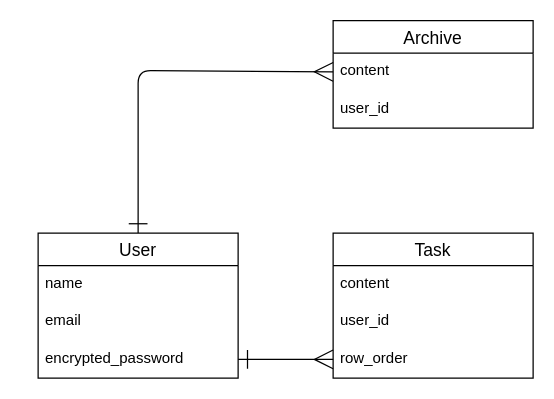
Above: ER.dio in ruu2023/jdi-app (draw.io), before the change. Source tidied: cells renumbered, new cells numbered last; positions are measured from the earlier drawing's top-left corner, leaving out a move shared by most shapes. Both pictures are drawn from the tidied source at 125%, with x=0, y=0 at pixel (38, 20).
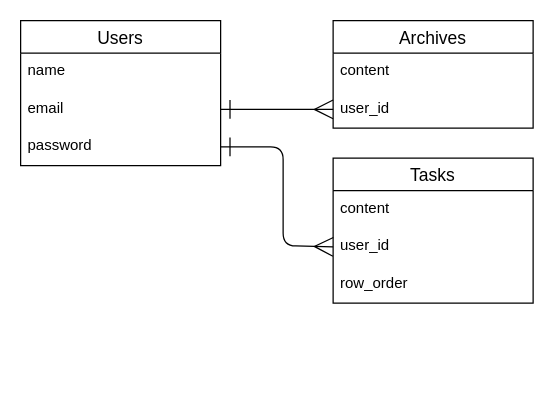
After the change.

The edit, as a diff of the source:
```diff
@@
 <mxGraphModel>
   <root>
     <mxCell id="0" />
     <mxCell id="1" parent="0" />
-    <mxCell id="2" style="edgeStyle=none;html=1;exitX=0.5;exitY=0;exitDx=0;exitDy=0;entryX=0;entryY=0.5;entryDx=0;entryDy=0;startArrow=ERone;startFill=0;endArrow=ERmany;endFill=0;startSize=13;endSize=13;" parent="1" edge="1" source="3" target="12">
+    <mxCell id="2" style="edgeStyle=none;html=1;exitX=1;exitY=0.5;exitDx=0;exitDy=0;entryX=0;entryY=0.5;entryDx=0;entryDy=0;startArrow=ERone;startFill=0;endArrow=ERmany;endFill=0;startSize=13;endSize=13;" parent="1" edge="1" source="5" target="13">
       <mxGeometry relative="1" as="geometry">
         <Array as="points">
-          <mxPoint x="80" y="40" />
+          <mxPoint x="206" y="71" />
         </Array>
       </mxGeometry>
     </mxCell>
-    <mxCell id="3" value="User" style="swimlane;fontStyle=0;horizontal=1;startSize=26;align=center;fontSize=14;" parent="1" vertex="1">
-      <mxGeometry y="170" width="160" height="116" as="geometry" />
+    <mxCell id="3" value="Users" style="swimlane;fontStyle=0;horizontal=1;startSize=26;align=center;fontSize=14;" parent="1" vertex="1">
+      <mxGeometry x="-14" width="160" height="116" as="geometry" />
     </mxCell>
     <mxCell id="4" value="name" style="text;strokeColor=none;fillColor=none;spacingLeft=4;spacingRight=4;overflow=hidden;fontSize=12;" parent="3" vertex="1">
       <mxGeometry y="26" width="160" height="30" as="geometry" />
     </mxCell>
     <mxCell id="5" value="email" style="text;strokeColor=none;fillColor=none;spacingLeft=4;spacingRight=4;overflow=hidden;points=[[0,0.5],[1,0.5]];portConstraint=eastwest;fontSize=12;" parent="3" vertex="1">
       <mxGeometry y="56" width="160" height="30" as="geometry" />
     </mxCell>
-    <mxCell id="6" value="encrypted_password" style="text;strokeColor=none;fillColor=none;spacingLeft=4;spacingRight=4;overflow=hidden;points=[[0,0.5],[1,0.5]];portConstraint=eastwest;fontSize=12;" parent="3" vertex="1">
+    <mxCell id="6" value="password" style="text;strokeColor=none;fillColor=none;spacingLeft=4;spacingRight=4;overflow=hidden;points=[[0,0.5],[1,0.5]];portConstraint=eastwest;fontSize=12;" parent="3" vertex="1">
       <mxGeometry y="86" width="160" height="30" as="geometry" />
     </mxCell>
-    <mxCell id="7" value="Task" style="swimlane;fontStyle=0;horizontal=1;startSize=26;align=center;fontSize=14;" parent="1" vertex="1">
-      <mxGeometry x="236" y="170" width="160" height="116" as="geometry" />
+    <mxCell id="7" value="Tasks" style="swimlane;fontStyle=0;horizontal=1;startSize=26;align=center;fontSize=14;" parent="1" vertex="1">
+      <mxGeometry x="236" y="110" width="160" height="116" as="geometry" />
     </mxCell>
     <mxCell id="8" value="content" style="text;strokeColor=none;fillColor=none;spacingLeft=4;spacingRight=4;overflow=hidden;fontSize=12;" parent="7" vertex="1">
       <mxGeometry y="26" width="160" height="30" as="geometry" />
     </mxCell>
     <mxCell id="9" value="user_id" style="text;strokeColor=none;fillColor=none;spacingLeft=4;spacingRight=4;overflow=hidden;points=[[0,0.5],[1,0.5]];portConstraint=eastwest;fontSize=12;" parent="7" vertex="1">
       <mxGeometry y="56" width="160" height="30" as="geometry" />
     </mxCell>
     <mxCell id="10" value="row_order" style="text;strokeColor=none;fillColor=none;spacingLeft=4;spacingRight=4;overflow=hidden;points=[[0,0.5],[1,0.5]];portConstraint=eastwest;fontSize=12;" parent="7" vertex="1">
       <mxGeometry y="86" width="160" height="30" as="geometry" />
     </mxCell>
-    <mxCell id="11" value="Archive" style="swimlane;fontStyle=0;horizontal=1;startSize=26;align=center;fontSize=14;" parent="1" vertex="1">
+    <mxCell id="11" value="Archives" style="swimlane;fontStyle=0;horizontal=1;startSize=26;align=center;fontSize=14;" parent="1" vertex="1">
       <mxGeometry x="236" width="160" height="86" as="geometry" />
     </mxCell>
     <mxCell id="12" value="content" style="text;strokeColor=none;fillColor=none;spacingLeft=4;spacingRight=4;overflow=hidden;points=[[0,0.5],[1,0.5]];portConstraint=eastwest;fontSize=12;" parent="11" vertex="1">
       <mxGeometry y="26" width="160" height="30" as="geometry" />
     </mxCell>
     <mxCell id="13" value="user_id" style="text;strokeColor=none;fillColor=none;spacingLeft=4;spacingRight=4;overflow=hidden;points=[[0,0.5],[1,0.5]];portConstraint=eastwest;fontSize=12;" parent="11" vertex="1">
       <mxGeometry y="56" width="160" height="30" as="geometry" />
     </mxCell>
-    <mxCell id="14" style="edgeStyle=none;html=1;exitX=1;exitY=0.5;exitDx=0;exitDy=0;entryX=0;entryY=0.5;entryDx=0;entryDy=0;startArrow=ERone;startFill=0;endSize=13;startSize=13;endArrow=ERmany;endFill=0;" parent="1" edge="1" source="6" target="10">
-      <mxGeometry relative="1" as="geometry" />
+    <mxCell id="14" style="edgeStyle=none;html=1;exitX=1;exitY=0.5;exitDx=0;exitDy=0;entryX=0;entryY=0.5;entryDx=0;entryDy=0;startArrow=ERone;startFill=0;endSize=13;startSize=13;endArrow=ERmany;endFill=0;" parent="1" edge="1" source="6" target="9">
+      <mxGeometry relative="1" as="geometry">
+        <Array as="points">
+          <mxPoint x="196" y="101" />
+          <mxPoint x="196" y="180" />
+        </Array>
+      </mxGeometry>
     </mxCell>
   </root>
 </mxGraphModel>
```
